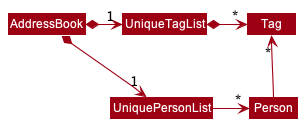
Earlier version of the PlantUML export docs/images/BetterModelClassDiagram.png (pyk595/tp).
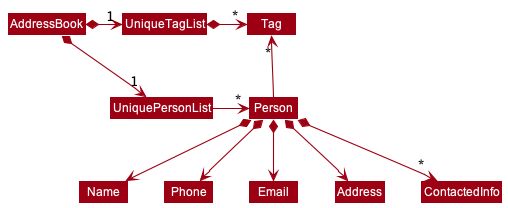
After the change.

The edit, as a diff of the source:
```diff
@@ -14,4 +14,9 @@
 
 Person -up-> "*" Tag
 
+Person *--> Name
+Person *--> Phone
+Person *--> Email
+Person *--> Address
+Person *--> "*" ContactedInfo
 @enduml
```
